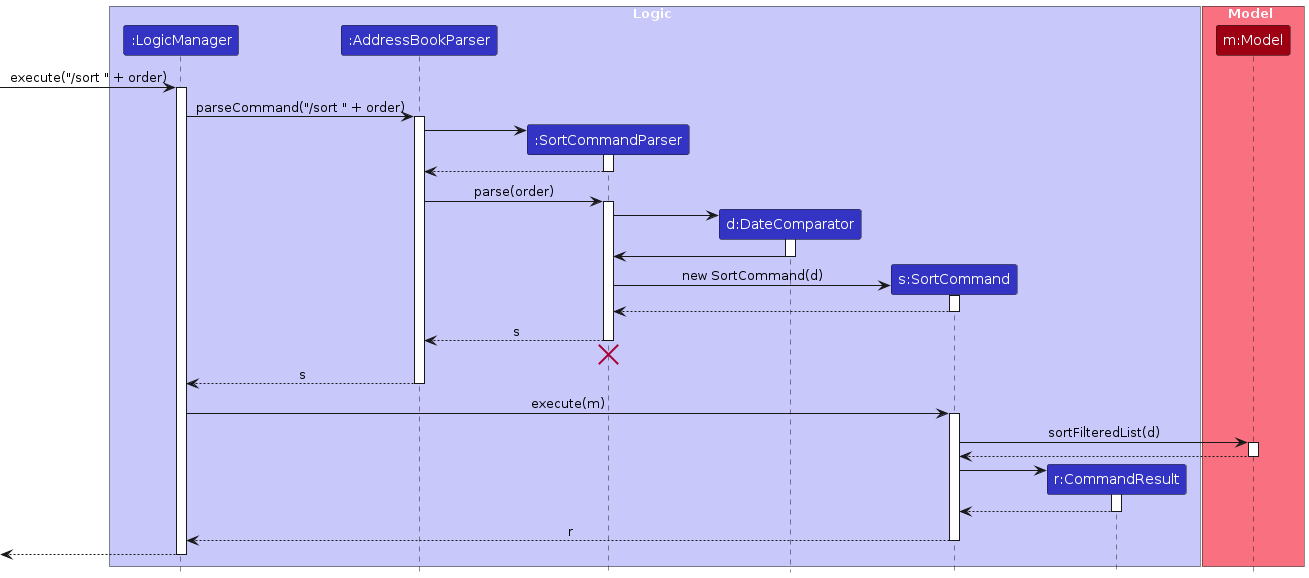
This is diagrams/SortSequenceDiagram.png from woke02/tp, a PlantUML export, as it was before one commit. Its source is kept beside it as diagrams/SortSequenceDiagram.puml.
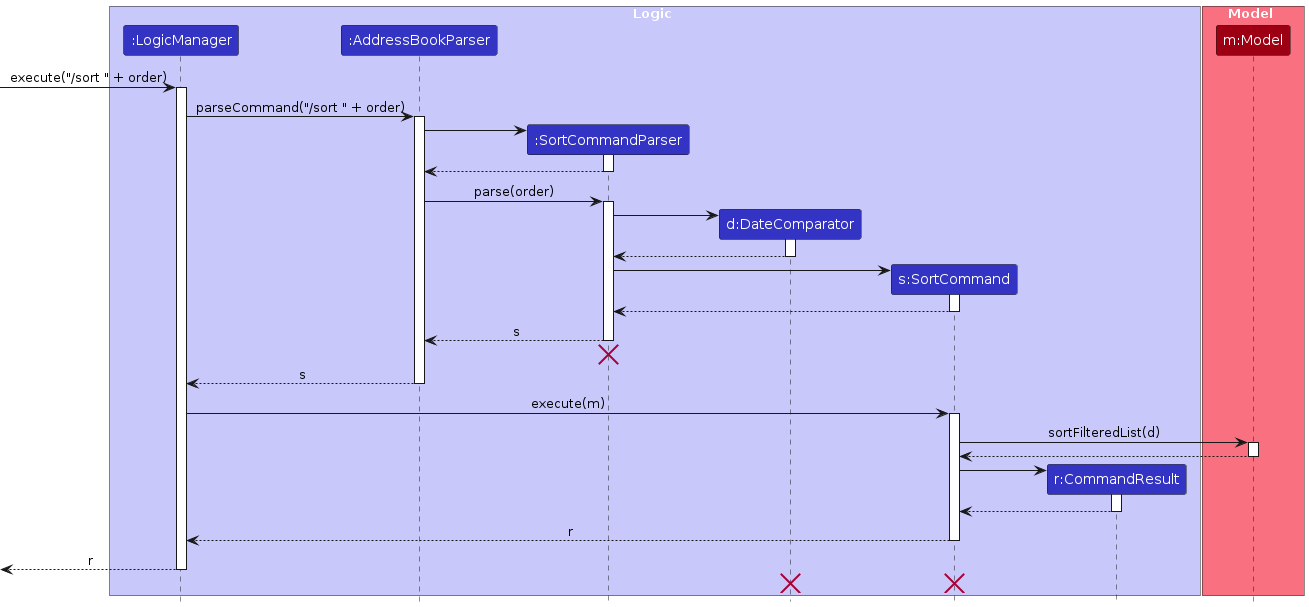
After the change.

What changed in the source:
```diff
@@ -35,11 +35,11 @@
 SortCommandParser -> DateComparator
 activate DateComparator
 
-DateComparator -> SortCommandParser
+DateComparator --> SortCommandParser
 deactivate DateComparator
 
 create SortCommand
-SortCommandParser -> SortCommand : new SortCommand(d)
+SortCommandParser -> SortCommand
 activate SortCommand
 
 SortCommand --> SortCommandParser :
@@ -73,6 +73,9 @@
 SortCommand --> LogicManager : r
 deactivate SortCommand
 
-[<--LogicManager
+[<--LogicManager : r
 deactivate LogicManager
+SortCommand -[hidden]-> LogicManager
+destroy SortCommand
+destroy DateComparator
 @enduml
```
